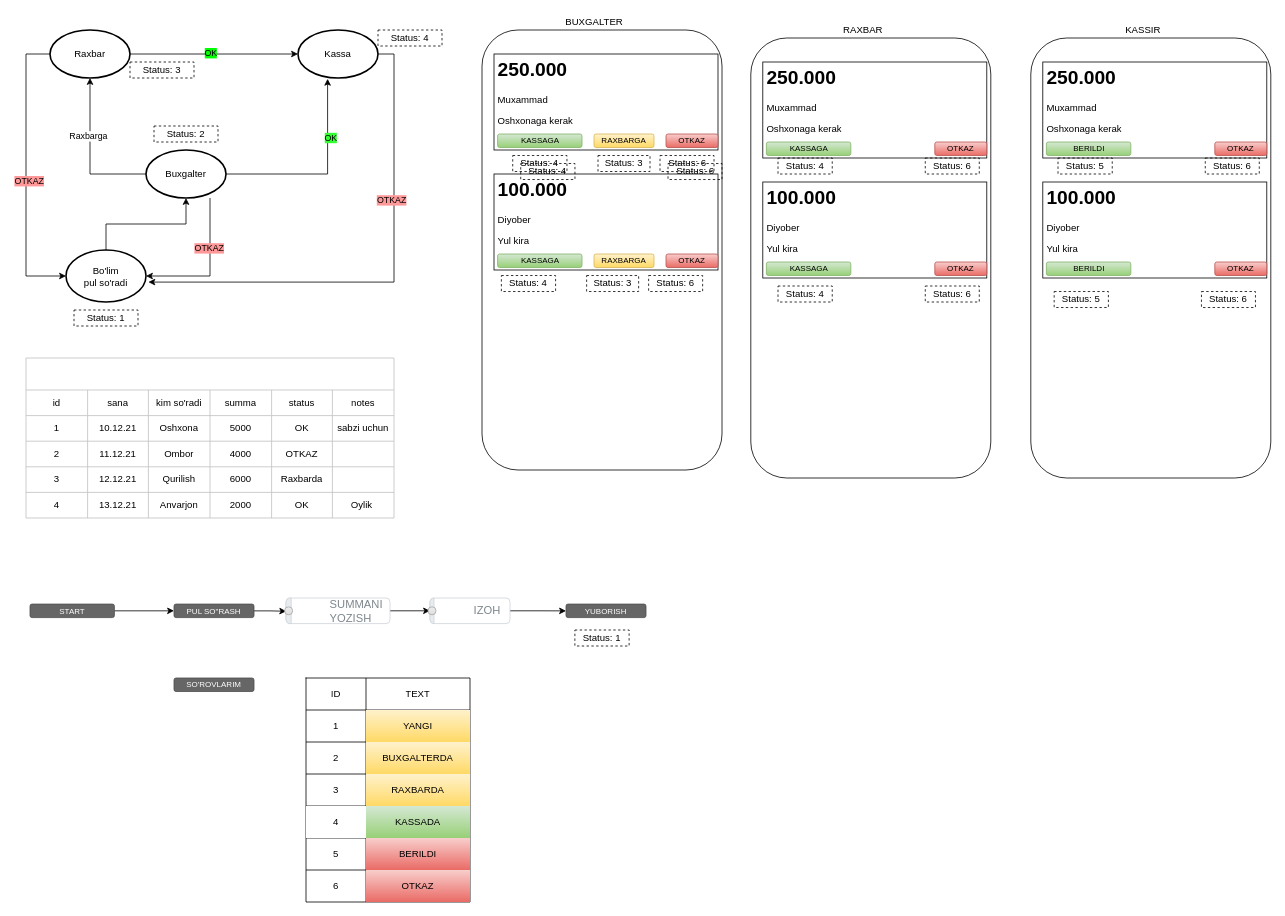
The draw.io diagram Диаграмма без названия.drawio in mrmelhay/Diagrams, before the edit. Source tidied: cells renumbered, new cells numbered last; positions are measured from the earlier drawing's top-left corner, leaving out a move shared by most shapes. Both pictures are drawn from the tidied source at 80%, with x=0, y=0 at pixel (26, 14).
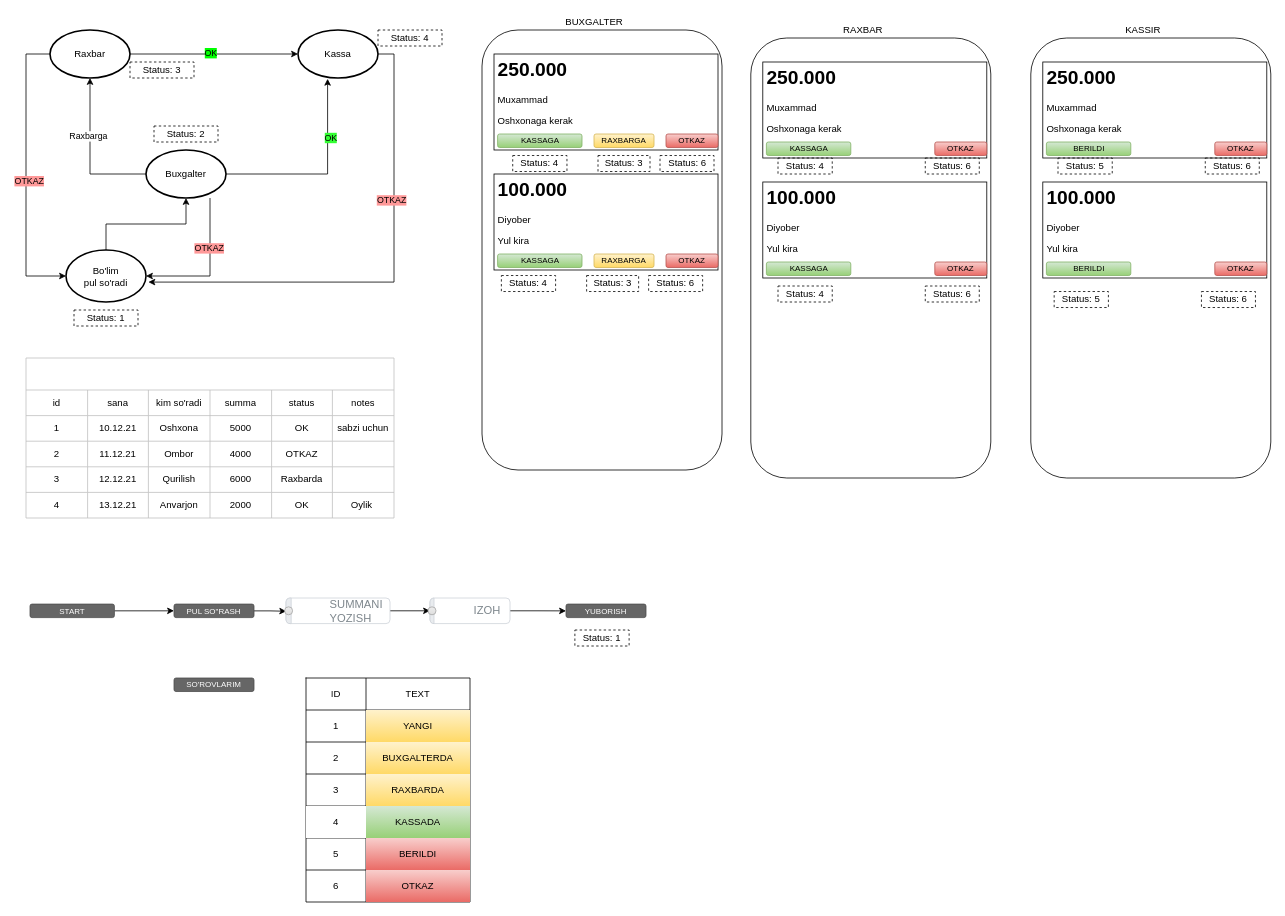
Above is the later version.

What changed in the source:
```diff
@@
-    <mxCell id="127" value="Status: 4" style="text;html=1;fillColor=none;align=center;verticalAlign=middle;whiteSpace=wrap;overflow=hidden;dashed=1;strokeColor=#000000;" parent="1" vertex="1">
-      <mxGeometry x="618.4" y="186.9" width="67.8" height="20" as="geometry" />
-    </mxCell>
-    <mxCell id="128" value="Status: 6" style="text;html=1;fillColor=none;align=center;verticalAlign=middle;whiteSpace=wrap;overflow=hidden;dashed=1;strokeColor=#000000;" parent="1" vertex="1">
-      <mxGeometry x="802.5" y="186.9" width="67.5" height="20" as="geometry" />
-    </mxCell>
```
